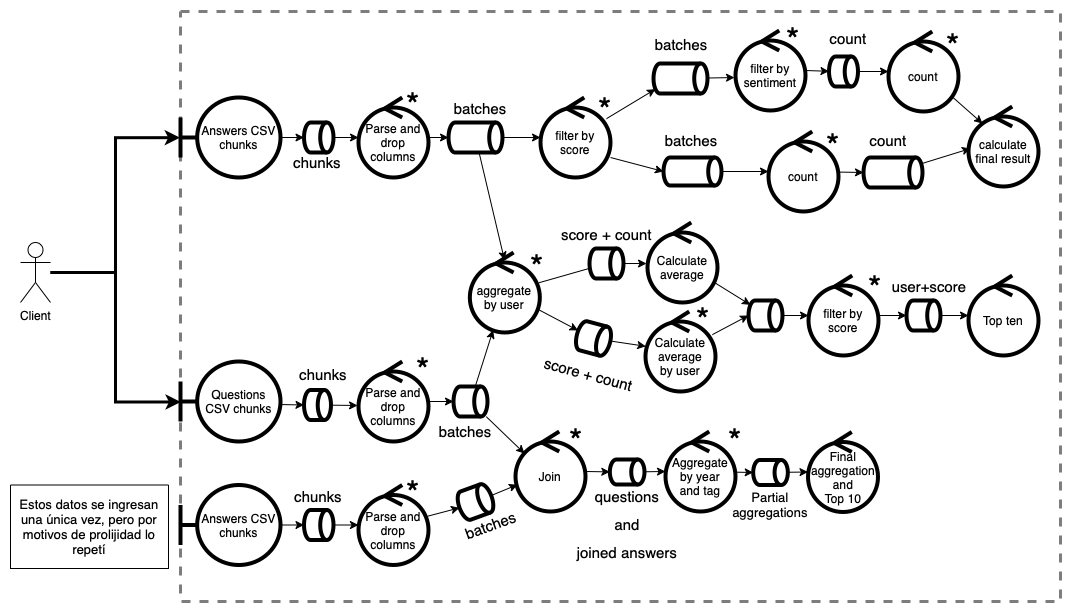
The draw.io diagram doc/robustez.png in voices117/distribuidos-tp3, before a commit. Source tidied: cells renumbered, new cells last; positions are measured from the earlier drawing's top-left corner, leaving out a move shared by most shapes.
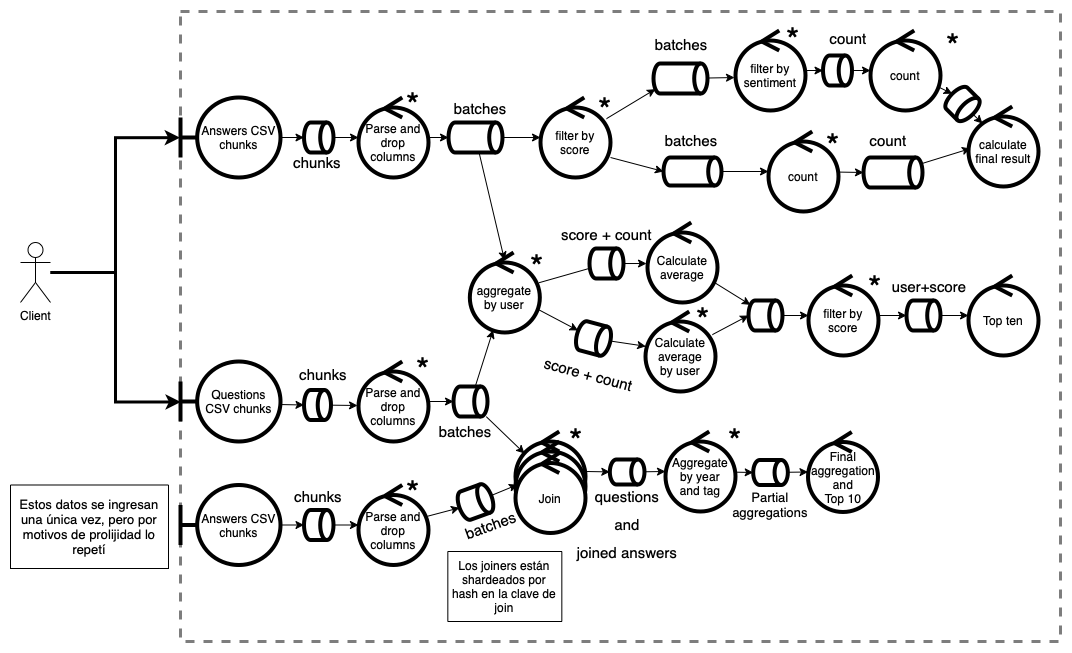
The same file after the commit.

Commit message:
Missing commit with the use of NLTK. Fixed a diagram.

Change to the diagram source:
```diff
@@ -3,7 +3,7 @@
     <mxCell id="0" />
     <mxCell id="1" parent="0" />
     <mxCell id="2" style="whiteSpace=wrap;html=1;fillColor=none;strokeWidth=3;dashed=1;strokeColor=#7D7D7D;fontColor=default;" parent="1" vertex="1">
-      <mxGeometry x="170" width="880" height="590" as="geometry" />
+      <mxGeometry x="170" width="880" height="630" as="geometry" />
     </mxCell>
     <mxCell id="3" value="Answers CSV&lt;br&gt;chunks" style="shape=umlBoundary;whiteSpace=wrap;html=1;strokeWidth=4;fillColor=default;strokeColor=default;fontColor=default;" parent="1" vertex="1">
       <mxGeometry x="170" y="86" width="100" height="80" as="geometry" />
@@ -101,11 +101,14 @@
     <mxCell id="34" value="calculate final result" style="ellipse;shape=umlControl;whiteSpace=wrap;html=1;strokeWidth=4;fillColor=default;strokeColor=default;fontColor=default;labelBackgroundColor=none;labelBorderColor=none;" parent="1" vertex="1">
       <mxGeometry x="958" y="95" width="70" height="80" as="geometry" />
     </mxCell>
-    <mxCell id="35" style="edgeStyle=none;rounded=0;jettySize=auto;html=1;entryX=0.2;entryY=0.213;entryDx=0;entryDy=0;entryPerimeter=0;labelBackgroundColor=none;fontSize=34;fontColor=default;strokeColor=default;labelBorderColor=none;" parent="1" edge="1" source="36" target="34">
+    <mxCell id="35" style="edgeStyle=none;rounded=0;jettySize=auto;html=1;entryX=0.2;entryY=0.213;entryDx=0;entryDy=0;entryPerimeter=0;labelBackgroundColor=none;fontSize=34;fontColor=default;strokeColor=default;labelBorderColor=none;startArrow=none;" parent="1" edge="1" source="107" target="34">
       <mxGeometry relative="1" as="geometry" />
     </mxCell>
+    <mxCell id="106" style="rounded=0;jettySize=auto;html=1;entryX=0.5;entryY=1;entryDx=0;entryDy=0;entryPerimeter=0;fontColor=default;strokeColor=default;labelBackgroundColor=default;" parent="1" edge="1" source="36" target="107">
+      <mxGeometry relative="1" as="geometry" />
+    </mxCell>
     <mxCell id="36" value="count" style="ellipse;shape=umlControl;whiteSpace=wrap;html=1;strokeWidth=4;fillColor=default;strokeColor=default;fontColor=default;labelBackgroundColor=none;labelBorderColor=none;" parent="1" vertex="1">
-      <mxGeometry x="878" y="20" width="70" height="80" as="geometry" />
+      <mxGeometry x="860" y="19" width="70" height="80" as="geometry" />
     </mxCell>
     <mxCell id="37" value="&lt;font style=&quot;font-size: 34px&quot;&gt;*&lt;/font&gt;" style="text;html=1;align=center;verticalAlign=middle;strokeColor=none;fillColor=none;fontColor=default;labelBackgroundColor=none;labelBorderColor=none;" parent="1" vertex="1">
       <mxGeometry x="928" y="20" width="30" height="30" as="geometry" />
@@ -129,7 +132,7 @@
       <mxGeometry relative="1" as="geometry" />
     </mxCell>
     <mxCell id="44" style="shape=cylinder3;whiteSpace=wrap;html=1;boundedLbl=1;backgroundOutline=1;size=6.643593539448972;strokeWidth=4;rotation=90;align=center;fillColor=default;strokeColor=default;fontColor=default;labelBackgroundColor=none;labelBorderColor=none;" parent="1" vertex="1">
-      <mxGeometry x="818" y="45.5" width="30" height="29" as="geometry" />
+      <mxGeometry x="812" y="44.5" width="30" height="29" as="geometry" />
     </mxCell>
     <mxCell id="45" value="&lt;span style=&quot;font-size: 15px&quot;&gt;count&lt;/span&gt;" style="text;html=1;strokeColor=none;fillColor=none;align=center;verticalAlign=middle;whiteSpace=wrap;rounded=0;fontSize=24;rotation=0;fontColor=default;labelBackgroundColor=none;labelBorderColor=none;" parent="1" vertex="1">
       <mxGeometry x="818" y="14" width="40" height="20" as="geometry" />
@@ -314,5 +317,17 @@
     <mxCell id="105" value="&lt;font style=&quot;font-size: 15px&quot;&gt;batches&lt;/font&gt;" style="text;html=1;strokeColor=none;fillColor=none;align=center;verticalAlign=middle;whiteSpace=wrap;rounded=0;fontSize=24;rotation=-20;fontColor=default;labelBackgroundColor=none;labelBorderColor=none;" parent="1" vertex="1">
       <mxGeometry x="459.3" y="500.5" width="40" height="20" as="geometry" />
     </mxCell>
+    <mxCell id="107" style="shape=cylinder3;whiteSpace=wrap;html=1;boundedLbl=1;backgroundOutline=1;size=6.643593539448972;strokeWidth=4;rotation=135;align=center;fillColor=default;strokeColor=default;fontColor=default;labelBackgroundColor=none;labelBorderColor=none;" parent="1" vertex="1">
+      <mxGeometry x="937" y="78" width="30" height="29" as="geometry" />
+    </mxCell>
+    <mxCell id="108" value="Join" style="ellipse;shape=umlControl;whiteSpace=wrap;html=1;strokeWidth=4;fillColor=default;strokeColor=default;fontColor=default;labelBackgroundColor=none;labelBorderColor=none;" parent="1" vertex="1">
+      <mxGeometry x="505" y="430" width="70" height="80" as="geometry" />
+    </mxCell>
+    <mxCell id="109" value="Join" style="ellipse;shape=umlControl;whiteSpace=wrap;html=1;strokeWidth=4;fillColor=default;strokeColor=default;fontColor=default;labelBackgroundColor=none;labelBorderColor=none;" parent="1" vertex="1">
+      <mxGeometry x="505" y="441.5" width="70" height="80" as="geometry" />
+    </mxCell>
+    <mxCell id="110" value="Los joiners están shardeados por hash en la clave de join" style="whiteSpace=wrap;html=1;fontColor=default;strokeColor=default;fillColor=default;" parent="1" vertex="1">
+      <mxGeometry x="437.3" y="540" width="114" height="70" as="geometry" />
+    </mxCell>
   </root>
 </mxGraphModel>
```
